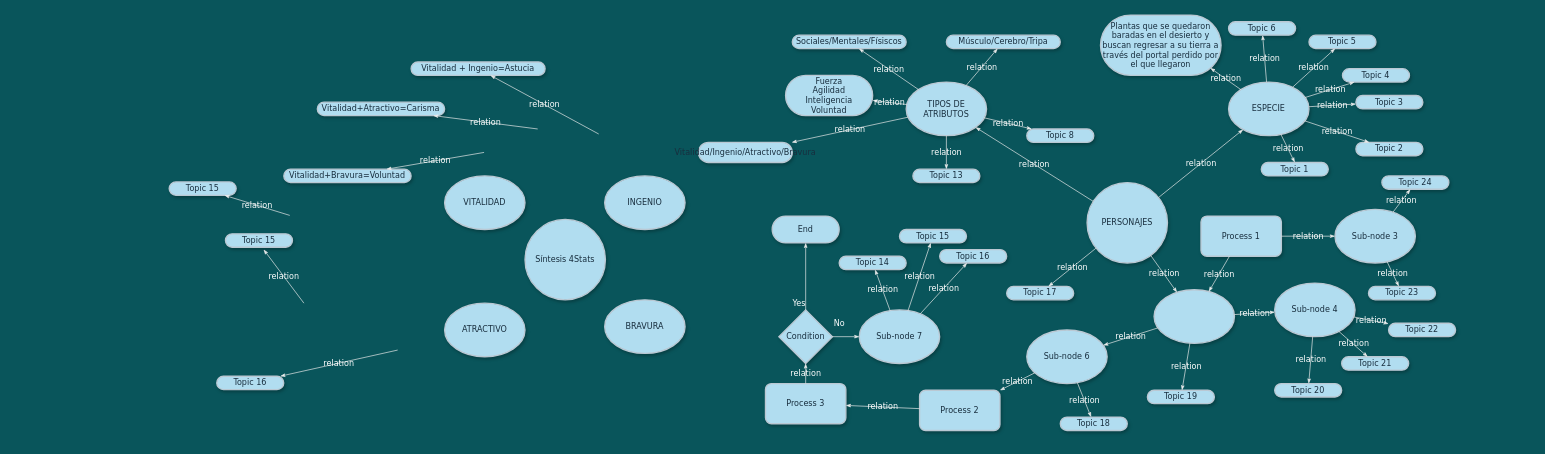
Above: page "Página-2" (2 of 2) of mental_map_worldbuilding.drawio in aixairupe/DiagramasRPG (draw.io), before the change. Source tidied: cells renumbered, new cells numbered last; positions are measured from the earlier drawing's top-left corner, leaving out a move shared by most shapes. Both pictures are drawn from the tidied source at 67%, with x=0, y=0 at pixel (169, 15).
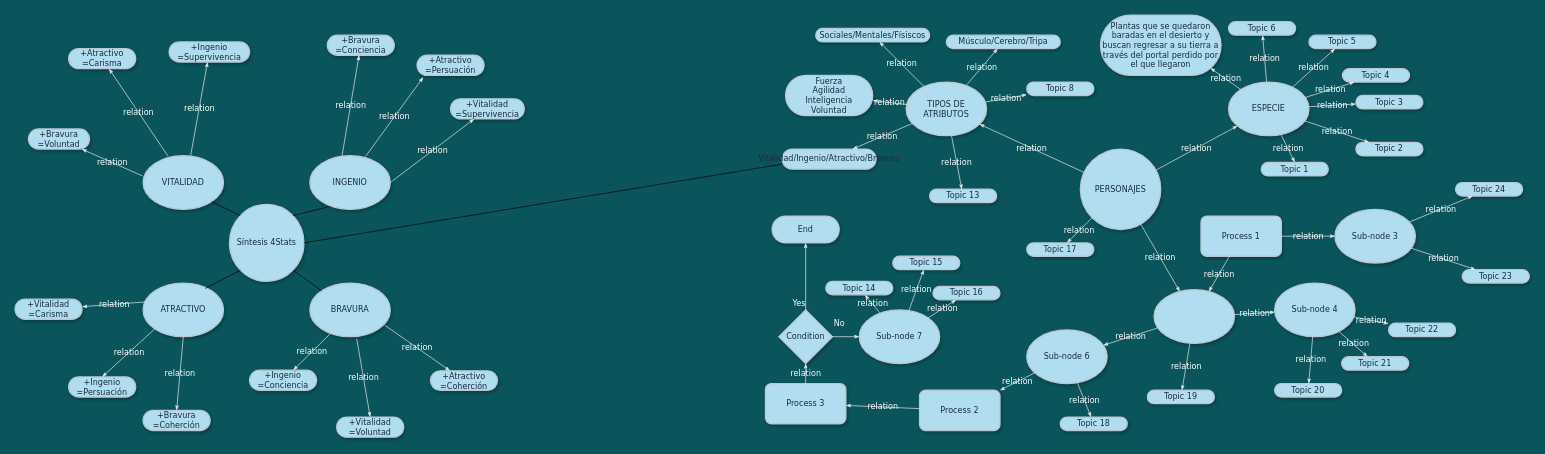
The same page after the edit.

Diff of the diagram source:
```diff
@@
     <mxCell id="2" value="Sociales/Mentales/Físiscos" style="whiteSpace=wrap;html=1;rounded=1;shadow=1;comic=0;labelBackgroundColor=none;strokeWidth=2;fontFamily=Verdana;fontSize=12;align=center;arcSize=50;fillColor=#B1DDF0;strokeColor=#BAC8D3;fontColor=#182E3E;" parent="1" vertex="1">
-      <mxGeometry x="930" y="30" width="170" height="20" as="geometry" />
+      <mxGeometry x="965" y="20" width="170" height="20" as="geometry" />
     </mxCell>
@@
     <mxCell id="5" value="PERSONAJES" style="ellipse;whiteSpace=wrap;html=1;rounded=1;shadow=1;comic=0;labelBackgroundColor=none;strokeWidth=2;fontFamily=Verdana;fontSize=12;align=center;fillColor=#B1DDF0;strokeColor=#BAC8D3;fontColor=#182E3E;" parent="1" vertex="1">
-      <mxGeometry x="1370" y="250" width="120" height="120" as="geometry" />
+      <mxGeometry x="1360" y="200" width="120" height="120" as="geometry" />
     </mxCell>
@@
     <mxCell id="10" value="Vitalidad/Ingenio/Atractivo/Bravura" style="whiteSpace=wrap;html=1;rounded=1;shadow=1;comic=0;labelBackgroundColor=none;strokeWidth=2;fontFamily=Verdana;fontSize=12;align=center;arcSize=50;fillColor=#B1DDF0;strokeColor=#BAC8D3;fontColor=#182E3E;" parent="1" vertex="1">
-      <mxGeometry x="790" y="190" width="140" height="30" as="geometry" />
+      <mxGeometry x="915" y="200" width="140" height="30" as="geometry" />
     </mxCell>
@@
     <mxCell id="51" value="&lt;span&gt;Topic 24&lt;/span&gt;" style="whiteSpace=wrap;html=1;rounded=1;shadow=1;comic=0;labelBackgroundColor=none;strokeWidth=2;fontFamily=Verdana;fontSize=12;align=center;arcSize=50;fillColor=#B1DDF0;strokeColor=#BAC8D3;fontColor=#182E3E;" parent="1" vertex="1">
-      <mxGeometry x="1810" y="240" width="100" height="20" as="geometry" />
+      <mxGeometry x="1920" y="250" width="100" height="20" as="geometry" />
     </mxCell>
     <mxCell id="52" value="&lt;span&gt;Topic 23&lt;/span&gt;" style="whiteSpace=wrap;html=1;rounded=1;shadow=1;comic=0;labelBackgroundColor=none;strokeWidth=2;fontFamily=Verdana;fontSize=12;align=center;arcSize=50;fillColor=#B1DDF0;strokeColor=#BAC8D3;fontColor=#182E3E;" parent="1" vertex="1">
-      <mxGeometry x="1790" y="405" width="100" height="20" as="geometry" />
+      <mxGeometry x="1930" y="380" width="100" height="20" as="geometry" />
     </mxCell>
     <mxCell id="53" value="&lt;span&gt;Topic 8&lt;/span&gt;" style="whiteSpace=wrap;html=1;rounded=1;shadow=1;comic=0;labelBackgroundColor=none;strokeWidth=2;fontFamily=Verdana;fontSize=12;align=center;arcSize=50;fillColor=#B1DDF0;strokeColor=#BAC8D3;fontColor=#182E3E;" parent="1" vertex="1">
-      <mxGeometry x="1280" y="170" width="100" height="20" as="geometry" />
+      <mxGeometry x="1280" y="100" width="100" height="20" as="geometry" />
     </mxCell>
     <mxCell id="54" value="&lt;span&gt;Topic 13&lt;/span&gt;" style="whiteSpace=wrap;html=1;rounded=1;shadow=1;comic=0;labelBackgroundColor=none;strokeWidth=2;fontFamily=Verdana;fontSize=12;align=center;arcSize=50;fillColor=#B1DDF0;strokeColor=#BAC8D3;fontColor=#182E3E;" parent="1" vertex="1">
-      <mxGeometry x="1110" y="230" width="100" height="20" as="geometry" />
+      <mxGeometry x="1135" y="260" width="100" height="20" as="geometry" />
     </mxCell>
@@
     <mxCell id="57" value="&lt;span&gt;Topic 17&lt;/span&gt;" style="whiteSpace=wrap;html=1;rounded=1;shadow=1;comic=0;labelBackgroundColor=none;strokeWidth=2;fontFamily=Verdana;fontSize=12;align=center;arcSize=50;fillColor=#B1DDF0;strokeColor=#BAC8D3;fontColor=#182E3E;" parent="1" vertex="1">
-      <mxGeometry x="1250" y="405" width="100" height="20" as="geometry" />
+      <mxGeometry x="1280" y="340" width="100" height="20" as="geometry" />
     </mxCell>
@@
     <mxCell id="65" value="&lt;span&gt;Topic 16&lt;/span&gt;" style="whiteSpace=wrap;html=1;rounded=1;shadow=1;comic=0;labelBackgroundColor=none;strokeWidth=2;fontFamily=Verdana;fontSize=12;align=center;arcSize=50;fillColor=#B1DDF0;strokeColor=#BAC8D3;fontColor=#182E3E;" parent="1" vertex="1">
-      <mxGeometry x="1150" y="350" width="100" height="20" as="geometry" />
+      <mxGeometry x="1140" y="405" width="100" height="20" as="geometry" />
     </mxCell>
     <mxCell id="66" value="&lt;span&gt;Topic 15&lt;/span&gt;" style="whiteSpace=wrap;html=1;rounded=1;shadow=1;comic=0;labelBackgroundColor=none;strokeWidth=2;fontFamily=Verdana;fontSize=12;align=center;arcSize=50;fillColor=#B1DDF0;strokeColor=#BAC8D3;fontColor=#182E3E;" parent="1" vertex="1">
-      <mxGeometry x="1090" y="320" width="100" height="20" as="geometry" />
+      <mxGeometry x="1080" y="360" width="100" height="20" as="geometry" />
     </mxCell>
     <mxCell id="67" value="&lt;span&gt;Topic 14&lt;/span&gt;" style="whiteSpace=wrap;html=1;rounded=1;shadow=1;comic=0;labelBackgroundColor=none;strokeWidth=2;fontFamily=Verdana;fontSize=12;align=center;arcSize=50;fillColor=#B1DDF0;strokeColor=#BAC8D3;fontColor=#182E3E;" parent="1" vertex="1">
-      <mxGeometry x="1000" y="360" width="100" height="20" as="geometry" />
+      <mxGeometry x="980" y="397.5" width="100" height="20" as="geometry" />
     </mxCell>
@@
-    <mxCell id="75" value="&lt;span&gt;Topic 16&lt;/span&gt;" style="whiteSpace=wrap;html=1;rounded=1;shadow=1;comic=0;labelBackgroundColor=none;strokeWidth=2;fontFamily=Verdana;fontSize=12;align=center;arcSize=50;fillColor=#B1DDF0;strokeColor=#BAC8D3;fontColor=#182E3E;" parent="1" vertex="1">
-      <mxGeometry x="71" y="539" width="100" height="20" as="geometry" />
+    <mxCell id="75" value="+Bravura&lt;br&gt;=Conciencia" style="whiteSpace=wrap;html=1;rounded=1;shadow=1;comic=0;labelBackgroundColor=none;strokeWidth=2;fontFamily=Verdana;fontSize=12;align=center;arcSize=50;fillColor=#B1DDF0;strokeColor=#BAC8D3;fontColor=#182E3E;" parent="1" vertex="1">
+      <mxGeometry x="236" y="30" width="100" height="30" as="geometry" />
     </mxCell>
-    <mxCell id="76" value="Vitalidad + Ingenio=Astucia" style="whiteSpace=wrap;html=1;rounded=1;shadow=1;comic=0;labelBackgroundColor=none;strokeWidth=2;fontFamily=Verdana;fontSize=12;align=center;arcSize=50;fillColor=#B1DDF0;strokeColor=#BAC8D3;fontColor=#182E3E;" parent="1" vertex="1">
-      <mxGeometry x="361.1" y="70" width="200" height="20" as="geometry" />
+    <mxCell id="76" value="&lt;div&gt;+Ingenio&lt;/div&gt;&lt;div&gt;=Supervivencia&lt;/div&gt;" style="whiteSpace=wrap;html=1;rounded=1;shadow=1;comic=0;labelBackgroundColor=none;strokeWidth=2;fontFamily=Verdana;fontSize=12;align=center;arcSize=50;fillColor=#B1DDF0;strokeColor=#BAC8D3;fontColor=#182E3E;" parent="1" vertex="1">
+      <mxGeometry y="40" width="120" height="30" as="geometry" />
     </mxCell>
-    <mxCell id="77" value="Vitalidad+Atractivo=Carisma" style="whiteSpace=wrap;html=1;rounded=1;shadow=1;comic=0;labelBackgroundColor=none;strokeWidth=2;fontFamily=Verdana;fontSize=12;align=center;arcSize=50;fillColor=#B1DDF0;strokeColor=#BAC8D3;fontColor=#182E3E;" parent="1" vertex="1">
-      <mxGeometry x="221.1" y="130" width="190" height="20" as="geometry" />
+    <mxCell id="77" value="+Atractivo&lt;br&gt;=Carisma" style="whiteSpace=wrap;html=1;rounded=1;shadow=1;comic=0;labelBackgroundColor=none;strokeWidth=2;fontFamily=Verdana;fontSize=12;align=center;arcSize=50;fillColor=#B1DDF0;strokeColor=#BAC8D3;fontColor=#182E3E;" parent="1" vertex="1">
+      <mxGeometry x="-150" y="50" width="100" height="30" as="geometry" />
     </mxCell>
-    <mxCell id="78" value="relation" style="edgeStyle=none;rounded=1;html=1;labelBackgroundColor=none;startArrow=none;startFill=0;startSize=5;endArrow=classicThin;endFill=1;endSize=5;jettySize=auto;strokeColor=#EEEEEE;strokeWidth=1;fontFamily=Verdana;fontSize=12;fontColor=#FFFFFF;" parent="1" edge="1" target="77">
-      <mxGeometry relative="1" as="geometry">
-        <mxPoint x="550" y="170" as="sourcePoint" />
-      </mxGeometry>
+    <mxCell id="78" value="relation" style="edgeStyle=none;rounded=1;html=1;labelBackgroundColor=none;startArrow=none;startFill=0;startSize=5;endArrow=classicThin;endFill=1;endSize=5;jettySize=auto;strokeColor=#EEEEEE;strokeWidth=1;fontFamily=Verdana;fontSize=12;fontColor=#FFFFFF;exitX=0.307;exitY=0;exitDx=0;exitDy=0;exitPerimeter=0;" parent="1" edge="1" source="87" target="77">
+      <mxGeometry relative="1" as="geometry" />
     </mxCell>
-    <mxCell id="79" value="relation" style="edgeStyle=none;rounded=1;html=1;labelBackgroundColor=none;startArrow=none;startFill=0;startSize=5;endArrow=classicThin;endFill=1;endSize=5;jettySize=auto;strokeColor=#EEEEEE;strokeWidth=1;fontFamily=Verdana;fontSize=12;fontColor=#FFFFFF;exitX=0.357;exitY=0;exitDx=0;exitDy=0;exitPerimeter=0;" parent="1" edge="1" target="76">
-      <mxGeometry relative="1" as="geometry">
-        <mxPoint x="641.1" y="177.5" as="sourcePoint" />
-      </mxGeometry>
+    <mxCell id="79" value="relation" style="edgeStyle=none;rounded=1;html=1;labelBackgroundColor=none;startArrow=none;startFill=0;startSize=5;endArrow=classicThin;endFill=1;endSize=5;jettySize=auto;strokeColor=#EEEEEE;strokeWidth=1;fontFamily=Verdana;fontSize=12;fontColor=#FFFFFF;exitX=0.591;exitY=0;exitDx=0;exitDy=0;exitPerimeter=0;" parent="1" edge="1" source="87" target="76">
+      <mxGeometry relative="1" as="geometry" />
     </mxCell>
-    <mxCell id="80" value="relation" style="edgeStyle=none;rounded=1;html=1;labelBackgroundColor=none;startArrow=none;startFill=0;startSize=5;endArrow=classicThin;endFill=1;endSize=5;jettySize=auto;strokeColor=#EEEEEE;strokeWidth=1;fontFamily=Verdana;fontSize=12;fontColor=#FFFFFF;" parent="1" edge="1" target="75">
-      <mxGeometry relative="1" as="geometry">
-        <mxPoint x="341" y="500" as="sourcePoint" />
-      </mxGeometry>
+    <mxCell id="80" value="relation" style="edgeStyle=none;rounded=1;html=1;labelBackgroundColor=none;startArrow=none;startFill=0;startSize=5;endArrow=classicThin;endFill=1;endSize=5;jettySize=auto;strokeColor=#EEEEEE;strokeWidth=1;fontFamily=Verdana;fontSize=12;fontColor=#FFFFFF;exitX=0.4;exitY=0;exitDx=0;exitDy=0;exitPerimeter=0;" parent="1" edge="1" source="88" target="75">
+      <mxGeometry relative="1" as="geometry" />
     </mxCell>
-    <mxCell id="81" value="Vitalidad+Bravura=Voluntad" style="whiteSpace=wrap;html=1;rounded=1;shadow=1;comic=0;labelBackgroundColor=none;strokeWidth=2;fontFamily=Verdana;fontSize=12;align=center;arcSize=50;fillColor=#B1DDF0;strokeColor=#BAC8D3;fontColor=#182E3E;" parent="1" vertex="1">
-      <mxGeometry x="171.1" y="230" width="190" height="20" as="geometry" />
+    <mxCell id="81" value="+Bravura&lt;br&gt;=Voluntad" style="whiteSpace=wrap;html=1;rounded=1;shadow=1;comic=0;labelBackgroundColor=none;strokeWidth=2;fontFamily=Verdana;fontSize=12;align=center;arcSize=50;fillColor=#B1DDF0;strokeColor=#BAC8D3;fontColor=#182E3E;" parent="1" vertex="1">
+      <mxGeometry x="-210" y="170" width="91.1" height="30" as="geometry" />
     </mxCell>
-    <mxCell id="82" value="relation" style="edgeStyle=none;rounded=1;html=1;labelBackgroundColor=none;startArrow=none;startFill=0;startSize=5;endArrow=classicThin;endFill=1;endSize=5;jettySize=auto;strokeColor=#EEEEEE;strokeWidth=1;fontFamily=Verdana;fontSize=12;fontColor=#FFFFFF;" parent="1" edge="1" target="81">
-      <mxGeometry relative="1" as="geometry">
-        <mxPoint x="470" y="205" as="sourcePoint" />
-      </mxGeometry>
+    <mxCell id="82" value="relation" style="edgeStyle=none;rounded=1;html=1;labelBackgroundColor=none;startArrow=none;startFill=0;startSize=5;endArrow=classicThin;endFill=1;endSize=5;jettySize=auto;strokeColor=#EEEEEE;strokeWidth=1;fontFamily=Verdana;fontSize=12;fontColor=#FFFFFF;exitX=-0.009;exitY=0.375;exitDx=0;exitDy=0;exitPerimeter=0;" parent="1" edge="1" source="87" target="81">
+      <mxGeometry relative="1" as="geometry" />
     </mxCell>
-    <mxCell id="83" value="&lt;span&gt;Topic 15&lt;/span&gt;" style="whiteSpace=wrap;html=1;rounded=1;shadow=1;comic=0;labelBackgroundColor=none;strokeWidth=2;fontFamily=Verdana;fontSize=12;align=center;arcSize=50;fillColor=#B1DDF0;strokeColor=#BAC8D3;fontColor=#182E3E;" parent="1" vertex="1">
-      <mxGeometry x="84" y="326.5" width="100" height="20" as="geometry" />
+    <mxCell id="83" value="+Atractivo&lt;br&gt;=Persuación" style="whiteSpace=wrap;html=1;rounded=1;shadow=1;comic=0;labelBackgroundColor=none;strokeWidth=2;fontFamily=Verdana;fontSize=12;align=center;arcSize=50;fillColor=#B1DDF0;strokeColor=#BAC8D3;fontColor=#182E3E;" parent="1" vertex="1">
+      <mxGeometry x="370" y="60" width="100" height="30" as="geometry" />
     </mxCell>
-    <mxCell id="84" value="relation" style="edgeStyle=none;rounded=1;html=1;labelBackgroundColor=none;startArrow=none;startFill=0;startSize=5;endArrow=classicThin;endFill=1;endSize=5;jettySize=auto;strokeColor=#EEEEEE;strokeWidth=1;fontFamily=Verdana;fontSize=12;fontColor=#FFFFFF;exitX=0.357;exitY=0;exitDx=0;exitDy=0;exitPerimeter=0;entryX=0.57;entryY=1.175;entryDx=0;entryDy=0;entryPerimeter=0;" parent="1" edge="1" target="83">
-      <mxGeometry relative="1" as="geometry">
-        <mxPoint x="201.1" y="430" as="sourcePoint" />
-      </mxGeometry>
+    <mxCell id="84" value="relation" style="edgeStyle=none;rounded=1;html=1;labelBackgroundColor=none;startArrow=none;startFill=0;startSize=5;endArrow=classicThin;endFill=1;endSize=5;jettySize=auto;strokeColor=#EEEEEE;strokeWidth=1;fontFamily=Verdana;fontSize=12;fontColor=#FFFFFF;entryX=0.092;entryY=1.092;entryDx=0;entryDy=0;exitX=0.692;exitY=0.013;exitDx=0;exitDy=0;exitPerimeter=0;entryPerimeter=0;" parent="1" edge="1" source="88" target="83">
+      <mxGeometry relative="1" as="geometry" />
     </mxCell>
-    <mxCell id="85" value="&lt;span&gt;Topic 15&lt;/span&gt;" style="whiteSpace=wrap;html=1;rounded=1;shadow=1;comic=0;labelBackgroundColor=none;strokeWidth=2;fontFamily=Verdana;fontSize=12;align=center;arcSize=50;fillColor=#B1DDF0;strokeColor=#BAC8D3;fontColor=#182E3E;" parent="1" vertex="1">
-      <mxGeometry y="249" width="100" height="20" as="geometry" />
+    <mxCell id="85" value="+Vitalidad&lt;br&gt;=Supervivencia" style="whiteSpace=wrap;html=1;rounded=1;shadow=1;comic=0;labelBackgroundColor=none;strokeWidth=2;fontFamily=Verdana;fontSize=12;align=center;arcSize=50;fillColor=#B1DDF0;strokeColor=#BAC8D3;fontColor=#182E3E;" parent="1" vertex="1">
+      <mxGeometry x="420" y="125" width="110" height="30" as="geometry" />
     </mxCell>
-    <mxCell id="86" value="relation" style="edgeStyle=none;rounded=1;html=1;labelBackgroundColor=none;startArrow=none;startFill=0;startSize=5;endArrow=classicThin;endFill=1;endSize=5;jettySize=auto;strokeColor=#EEEEEE;strokeWidth=1;fontFamily=Verdana;fontSize=12;fontColor=#FFFFFF;" parent="1" edge="1" target="85">
-      <mxGeometry relative="1" as="geometry">
-        <mxPoint x="180" y="299" as="sourcePoint" />
-      </mxGeometry>
+    <mxCell id="86" value="relation" style="edgeStyle=none;rounded=1;html=1;labelBackgroundColor=none;startArrow=none;startFill=0;startSize=5;endArrow=classicThin;endFill=1;endSize=5;jettySize=auto;strokeColor=#EEEEEE;strokeWidth=1;fontFamily=Verdana;fontSize=12;fontColor=#FFFFFF;exitX=1;exitY=0.5;exitDx=0;exitDy=0;" parent="1" edge="1" source="88" target="85">
+      <mxGeometry relative="1" as="geometry" />
     </mxCell>
     <mxCell id="87" value="VITALIDAD" style="ellipse;whiteSpace=wrap;html=1;rounded=1;shadow=1;comic=0;labelBackgroundColor=none;strokeWidth=2;fontFamily=Verdana;fontSize=12;align=center;fillColor=#B1DDF0;strokeColor=#BAC8D3;fontColor=#182E3E;" parent="1" vertex="1">
-      <mxGeometry x="411.1" y="240" width="120" height="80" as="geometry" />
+      <mxGeometry x="-38.9" y="210" width="120" height="80" as="geometry" />
     </mxCell>
     <mxCell id="88" value="INGENIO" style="ellipse;whiteSpace=wrap;html=1;rounded=1;shadow=1;comic=0;labelBackgroundColor=none;strokeWidth=2;fontFamily=Verdana;fontSize=12;align=center;fillColor=#B1DDF0;strokeColor=#BAC8D3;fontColor=#182E3E;" parent="1" vertex="1">
-      <mxGeometry x="650" y="240" width="120" height="80" as="geometry" />
+      <mxGeometry x="210" y="210" width="120" height="80" as="geometry" />
     </mxCell>
     <mxCell id="89" value="ATRACTIVO" style="ellipse;whiteSpace=wrap;html=1;rounded=1;shadow=1;comic=0;labelBackgroundColor=none;strokeWidth=2;fontFamily=Verdana;fontSize=12;align=center;fillColor=#B1DDF0;strokeColor=#BAC8D3;fontColor=#182E3E;" parent="1" vertex="1">
-      <mxGeometry x="411.1" y="430" width="120" height="80" as="geometry" />
+      <mxGeometry x="-38.9" y="400" width="120" height="80" as="geometry" />
     </mxCell>
     <mxCell id="90" value="BRAVURA" style="ellipse;whiteSpace=wrap;html=1;rounded=1;shadow=1;comic=0;labelBackgroundColor=none;strokeWidth=2;fontFamily=Verdana;fontSize=12;align=center;fillColor=#B1DDF0;strokeColor=#BAC8D3;fontColor=#182E3E;" parent="1" vertex="1">
-      <mxGeometry x="650" y="425" width="120" height="80" as="geometry" />
+      <mxGeometry x="210" y="400" width="120" height="80" as="geometry" />
     </mxCell>
     <mxCell id="91" value="Síntesis 4Stats" style="ellipse;whiteSpace=wrap;html=1;rounded=1;shadow=1;comic=0;labelBackgroundColor=none;strokeWidth=2;fontFamily=Verdana;fontSize=12;align=center;fillColor=#B1DDF0;strokeColor=#BAC8D3;fontColor=#182E3E;" parent="1" vertex="1">
-      <mxGeometry x="531.1" y="305" width="120" height="120" as="geometry" />
+      <mxGeometry x="90" y="282.5" width="111.1" height="115" as="geometry" />
     </mxCell>
+    <mxCell id="92" value="+Bravura&lt;br&gt;=Coherción" style="whiteSpace=wrap;html=1;rounded=1;shadow=1;comic=0;labelBackgroundColor=none;strokeWidth=2;fontFamily=Verdana;fontSize=12;align=center;arcSize=50;fillColor=#B1DDF0;strokeColor=#BAC8D3;fontColor=#182E3E;" parent="1" vertex="1">
+      <mxGeometry x="-38.9" y="590" width="100" height="30" as="geometry" />
+    </mxCell>
+    <mxCell id="93" value="relation" style="edgeStyle=none;rounded=1;html=1;labelBackgroundColor=none;startArrow=none;startFill=0;startSize=5;endArrow=classicThin;endFill=1;endSize=5;jettySize=auto;strokeColor=#EEEEEE;strokeWidth=1;fontFamily=Verdana;fontSize=12;fontColor=#FFFFFF;exitX=0.5;exitY=1;exitDx=0;exitDy=0;entryX=0.5;entryY=0;entryDx=0;entryDy=0;" parent="1" edge="1" source="89" target="92">
+      <mxGeometry relative="1" as="geometry" />
+    </mxCell>
+    <mxCell id="94" value="+Ingenio&lt;br&gt;=Persuación" style="whiteSpace=wrap;html=1;rounded=1;shadow=1;comic=0;labelBackgroundColor=none;strokeWidth=2;fontFamily=Verdana;fontSize=12;align=center;arcSize=50;fillColor=#B1DDF0;strokeColor=#BAC8D3;fontColor=#182E3E;" parent="1" vertex="1">
+      <mxGeometry x="-150" y="540" width="100" height="30" as="geometry" />
+    </mxCell>
+    <mxCell id="95" value="relation" style="edgeStyle=none;rounded=1;html=1;labelBackgroundColor=none;startArrow=none;startFill=0;startSize=5;endArrow=classicThin;endFill=1;endSize=5;jettySize=auto;strokeColor=#EEEEEE;strokeWidth=1;fontFamily=Verdana;fontSize=12;fontColor=#FFFFFF;entryX=0.5;entryY=0;entryDx=0;entryDy=0;exitX=0;exitY=1;exitDx=0;exitDy=0;" parent="1" edge="1" source="89" target="94">
+      <mxGeometry relative="1" as="geometry" />
+    </mxCell>
+    <mxCell id="96" value="+Vitalidad&lt;br&gt;=Carisma" style="whiteSpace=wrap;html=1;rounded=1;shadow=1;comic=0;labelBackgroundColor=none;strokeWidth=2;fontFamily=Verdana;fontSize=12;align=center;arcSize=50;fillColor=#B1DDF0;strokeColor=#BAC8D3;fontColor=#182E3E;" parent="1" vertex="1">
+      <mxGeometry x="-230" y="424" width="100" height="30" as="geometry" />
+    </mxCell>
+    <mxCell id="97" value="relation" style="edgeStyle=none;rounded=1;html=1;labelBackgroundColor=none;startArrow=none;startFill=0;startSize=5;endArrow=classicThin;endFill=1;endSize=5;jettySize=auto;strokeColor=#EEEEEE;strokeWidth=1;fontFamily=Verdana;fontSize=12;fontColor=#FFFFFF;exitX=0.041;exitY=0.35;exitDx=0;exitDy=0;exitPerimeter=0;" parent="1" edge="1" source="89" target="96">
+      <mxGeometry relative="1" as="geometry" />
+    </mxCell>
+    <mxCell id="98" value="+Atractivo&lt;br&gt;&lt;div&gt;=Coherción&lt;/div&gt;" style="whiteSpace=wrap;html=1;rounded=1;shadow=1;comic=0;labelBackgroundColor=none;strokeWidth=2;fontFamily=Verdana;fontSize=12;align=center;arcSize=50;fillColor=#B1DDF0;strokeColor=#BAC8D3;fontColor=#182E3E;" parent="1" vertex="1">
+      <mxGeometry x="390" y="531" width="100" height="29" as="geometry" />
+    </mxCell>
+    <mxCell id="99" value="relation" style="edgeStyle=none;rounded=1;html=1;labelBackgroundColor=none;startArrow=none;startFill=0;startSize=5;endArrow=classicThin;endFill=1;endSize=5;jettySize=auto;strokeColor=#EEEEEE;strokeWidth=1;fontFamily=Verdana;fontSize=12;fontColor=#FFFFFF;exitX=0.933;exitY=0.788;exitDx=0;exitDy=0;exitPerimeter=0;" parent="1" edge="1" source="90" target="98">
+      <mxGeometry relative="1" as="geometry" />
+    </mxCell>
+    <mxCell id="100" value="+Vitalidad&lt;br&gt;=Voluntad" style="whiteSpace=wrap;html=1;rounded=1;shadow=1;comic=0;labelBackgroundColor=none;strokeWidth=2;fontFamily=Verdana;fontSize=12;align=center;arcSize=50;fillColor=#B1DDF0;strokeColor=#BAC8D3;fontColor=#182E3E;" parent="1" vertex="1">
+      <mxGeometry x="250" y="600" width="100" height="30" as="geometry" />
+    </mxCell>
+    <mxCell id="101" value="relation" style="edgeStyle=none;rounded=1;html=1;labelBackgroundColor=none;startArrow=none;startFill=0;startSize=5;endArrow=classicThin;endFill=1;endSize=5;jettySize=auto;strokeColor=#EEEEEE;strokeWidth=1;fontFamily=Verdana;fontSize=12;fontColor=#FFFFFF;entryX=0.5;entryY=0;entryDx=0;entryDy=0;exitX=0.583;exitY=1.038;exitDx=0;exitDy=0;exitPerimeter=0;" parent="1" edge="1" source="90" target="100">
+      <mxGeometry relative="1" as="geometry" />
+    </mxCell>
+    <mxCell id="102" value="+Ingenio&lt;br&gt;=Conciencia" style="whiteSpace=wrap;html=1;rounded=1;shadow=1;comic=0;labelBackgroundColor=none;strokeWidth=2;fontFamily=Verdana;fontSize=12;align=center;arcSize=50;fillColor=#B1DDF0;strokeColor=#BAC8D3;fontColor=#182E3E;" parent="1" vertex="1">
+      <mxGeometry x="120" y="530" width="100" height="30" as="geometry" />
+    </mxCell>
+    <mxCell id="103" value="relation" style="edgeStyle=none;rounded=1;html=1;labelBackgroundColor=none;startArrow=none;startFill=0;startSize=5;endArrow=classicThin;endFill=1;endSize=5;jettySize=auto;strokeColor=#EEEEEE;strokeWidth=1;fontFamily=Verdana;fontSize=12;fontColor=#FFFFFF;exitX=0.258;exitY=0.938;exitDx=0;exitDy=0;exitPerimeter=0;" parent="1" edge="1" source="90" target="102">
+      <mxGeometry relative="1" as="geometry" />
+    </mxCell>
+    <mxCell id="104" style="endArrow=none;html=1;rounded=0;entryX=0;entryY=1;entryDx=0;entryDy=0;exitX=0.774;exitY=0.1;exitDx=0;exitDy=0;exitPerimeter=0;" parent="1" edge="1" source="89" target="91">
+      <mxGeometry relative="1" as="geometry" />
+    </mxCell>
+    <mxCell id="105" style="endArrow=none;html=1;rounded=0;entryX=0;entryY=0;entryDx=0;entryDy=0;exitX=1;exitY=1;exitDx=0;exitDy=0;" parent="1" edge="1" source="87" target="91">
+      <mxGeometry relative="1" as="geometry" />
+    </mxCell>
+    <mxCell id="106" style="endArrow=none;html=1;rounded=0;exitX=0;exitY=0;exitDx=0;exitDy=0;entryX=1;entryY=1;entryDx=0;entryDy=0;" parent="1" edge="1" source="90" target="91">
+      <mxGeometry relative="1" as="geometry" />
+    </mxCell>
+    <mxCell id="107" style="endArrow=none;html=1;rounded=0;exitX=1;exitY=0;exitDx=0;exitDy=0;entryX=0.233;entryY=0.95;entryDx=0;entryDy=0;entryPerimeter=0;" parent="1" edge="1" source="91" target="88">
+      <mxGeometry relative="1" as="geometry" />
+    </mxCell>
+    <mxCell id="108" style="endArrow=none;html=1;rounded=0;entryX=0;entryY=0.75;entryDx=0;entryDy=0;exitX=1;exitY=0.5;exitDx=0;exitDy=0;" parent="1" edge="1" source="91" target="10">
+      <mxGeometry relative="1" as="geometry" />
+    </mxCell>
```
